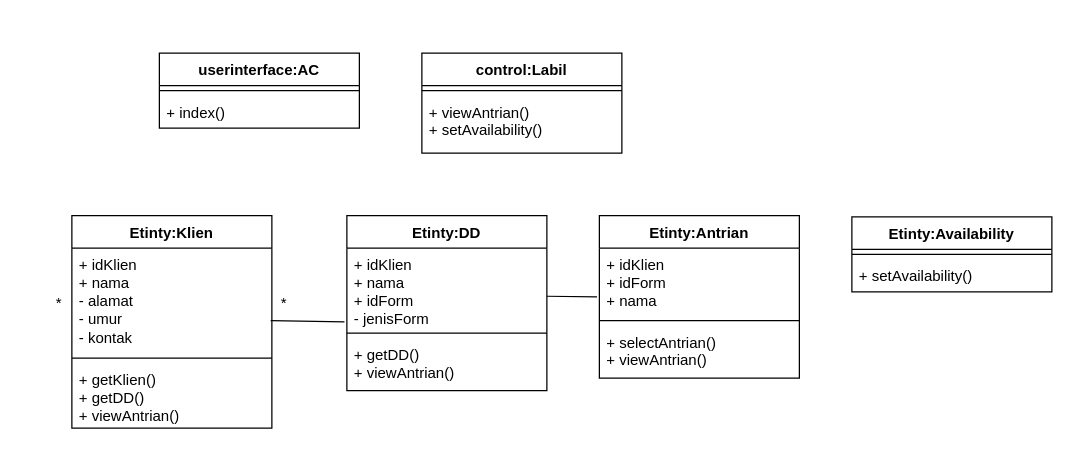
Before: Mini-Proj/Class-Diagram-MN.drawio in mahesri/uml_ads_sms3, a draw.io diagram. Source tidied: cells renumbered, new cells numbered last; positions are measured from the earlier drawing's top-left corner, leaving out a move shared by most shapes. Both pictures are drawn from the tidied source at 125%, with x=0, y=0 at pixel (21, 52).
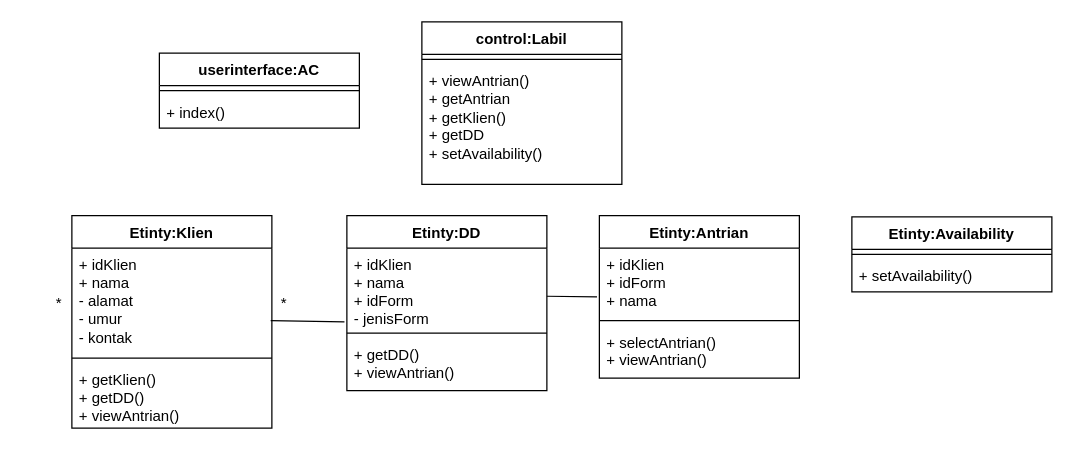
Above is the later version.

Diff of the diagram source:
```diff
@@
     <mxCell id="13" value="control:Labil" style="swimlane;fontStyle=1;align=center;verticalAlign=top;horizontal=1;startSize=26;whiteSpace=wrap;html=1;" parent="1" vertex="1">
-      <mxGeometry x="320" width="160" height="80" as="geometry" />
+      <mxGeometry x="320" y="-25" width="160" height="130" as="geometry" />
     </mxCell>
@@
-    <mxCell id="15" value="+ viewAntrian()&lt;br&gt;+ setAvailability()" style="text;strokeColor=none;fillColor=none;align=left;verticalAlign=top;spacingLeft=4;spacingRight=4;overflow=hidden;whiteSpace=wrap;html=1;" parent="13" vertex="1">
-      <mxGeometry y="34" width="160" height="46" as="geometry" />
+    <mxCell id="15" value="+ viewAntrian()&lt;br&gt;+ getAntrian&lt;br&gt;+ getKlien()&lt;br&gt;+ getDD&lt;br&gt;+ setAvailability()&lt;br&gt;" style="text;strokeColor=none;fillColor=none;align=left;verticalAlign=top;spacingLeft=4;spacingRight=4;overflow=hidden;whiteSpace=wrap;html=1;" parent="13" vertex="1">
+      <mxGeometry y="34" width="160" height="96" as="geometry" />
     </mxCell>
```
